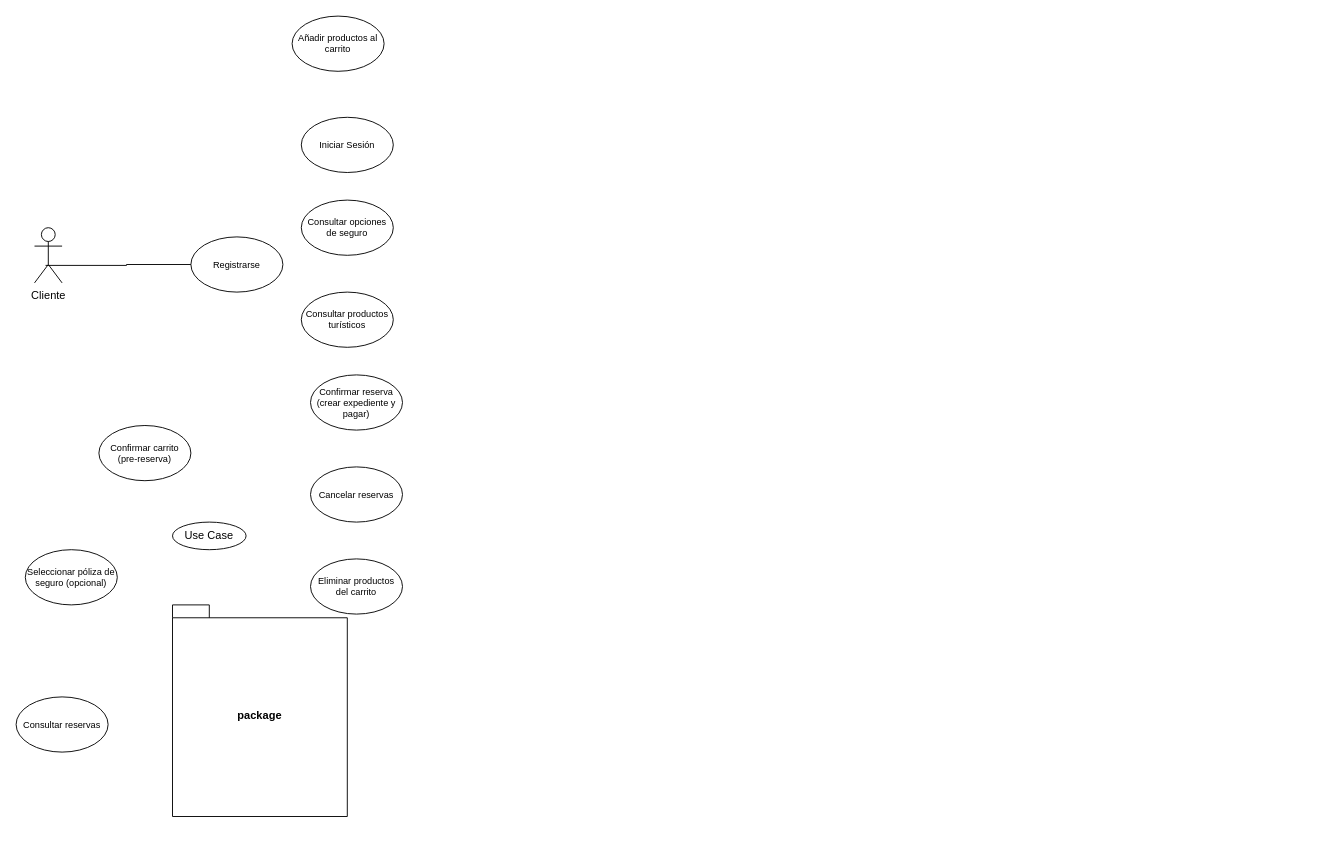
This is Diagrama sin título.drawio from JavierIbarra25/Diseno-Orientado-a-Objetos, a draw.io file, before an edit. Source tidied: cells renumbered, new cells numbered last; positions are measured from the earlier drawing's top-left corner, leaving out a move shared by most shapes. Both pictures are drawn from the tidied source at 92%, with x=0, y=0 at pixel (16, 16).
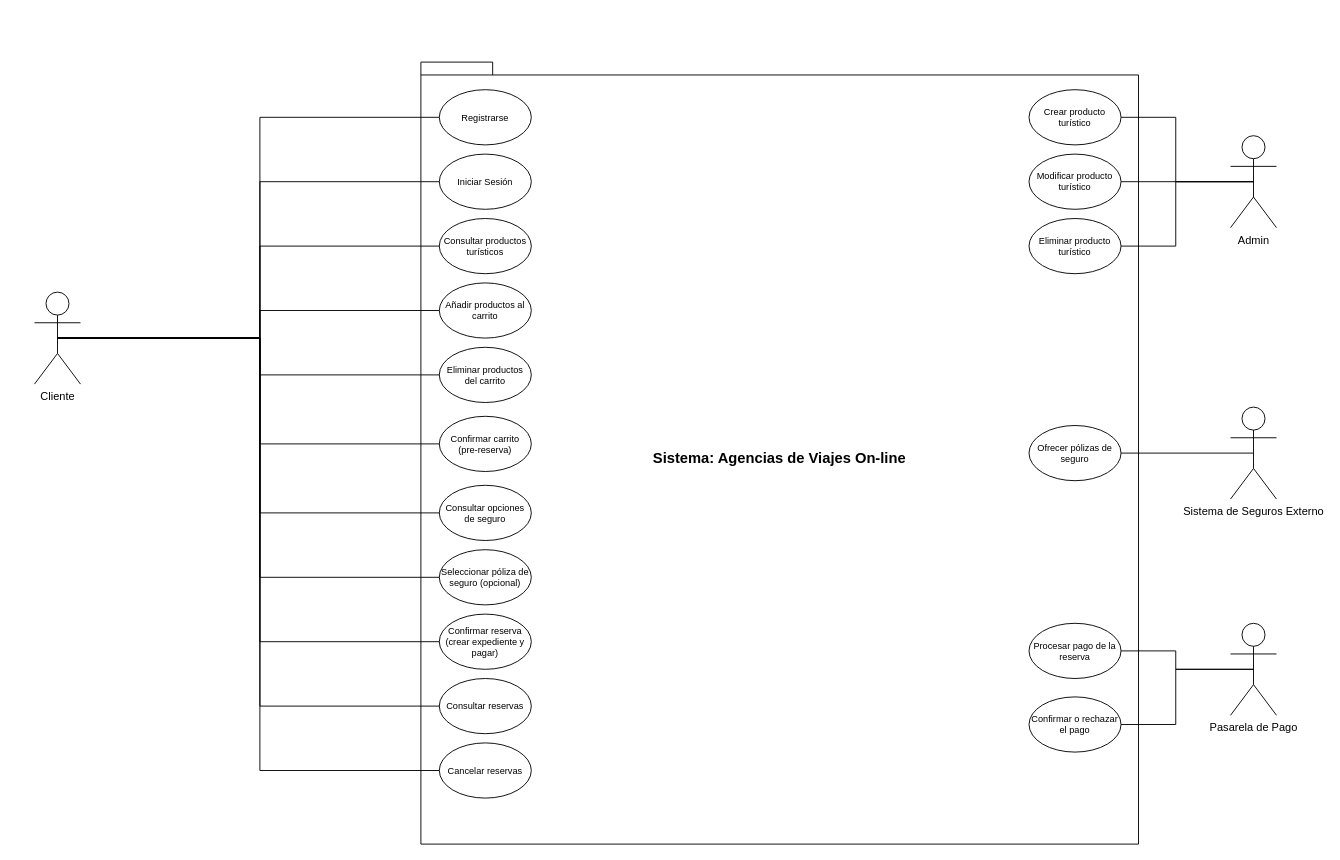
The same diagram, later.

Change to the diagram source:
```diff
@@
+    <mxCell id="15" value="&lt;font style=&quot;font-size: 16px;&quot;&gt;Sistema: Agencias de Viajes On-line&lt;/font&gt;" style="shape=folder;fontStyle=1;spacingTop=10;tabWidth=40;tabHeight=14;tabPosition=left;html=1;whiteSpace=wrap;" parent="1" vertex="1">
+      <mxGeometry x="440" y="50" width="780" height="850" as="geometry" />
+    </mxCell>
     <mxCell id="2" value="Cliente" style="shape=umlActor;verticalLabelPosition=bottom;verticalAlign=top;html=1;" parent="1" vertex="1">
-      <mxGeometry x="20" y="230" width="30" height="60" as="geometry" />
+      <mxGeometry x="20" y="300" width="50" height="100" as="geometry" />
     </mxCell>
+    <mxCell id="4" style="endArrow=none;html=1;edgeStyle=orthogonalEdgeStyle;rounded=0;exitX=0.5;exitY=0.5;exitDx=0;exitDy=0;exitPerimeter=0;entryX=0;entryY=0.5;entryDx=0;entryDy=0;" parent="1" edge="1" source="2" target="3">
+      <mxGeometry relative="1" as="geometry" />
+    </mxCell>
+    <mxCell id="17" style="group;" parent="1" vertex="1">
+      <mxGeometry x="460" y="80" width="100" height="770" as="geometry" />
+    </mxCell>
-    <mxCell id="3" value="Registrarse" style="ellipse;whiteSpace=wrap;html=1;fontSize=10;" parent="1" vertex="1">
-      <mxGeometry x="190" y="240" width="100" height="60" as="geometry" />
+    <mxCell id="3" value="Registrarse" style="ellipse;whiteSpace=wrap;html=1;fontSize=10;" parent="17" vertex="1">
+      <mxGeometry width="100" height="60" as="geometry" />
     </mxCell>
-    <mxCell id="4" style="endArrow=none;html=1;edgeStyle=orthogonalEdgeStyle;rounded=0;exitX=0.4;exitY=0.683;exitDx=0;exitDy=0;exitPerimeter=0;entryX=0;entryY=0.5;entryDx=0;entryDy=0;" parent="1" edge="1" source="2" target="3">
-      <mxGeometry relative="1" as="geometry" />
-    </mxCell>
-    <mxCell id="5" value="Confirmar reserva (crear expediente y pagar)" style="ellipse;whiteSpace=wrap;html=1;fontSize=10;" parent="1" vertex="1">
-      <mxGeometry x="320" y="390" width="100" height="60" as="geometry" />
+    <mxCell id="5" value="Confirmar reserva (crear expediente y pagar)" style="ellipse;whiteSpace=wrap;html=1;fontSize=10;" parent="17" vertex="1">
+      <mxGeometry y="570" width="100" height="60" as="geometry" />
     </mxCell>
-    <mxCell id="6" value="Seleccionar póliza de seguro (opcional)" style="ellipse;whiteSpace=wrap;html=1;fontSize=10;" parent="1" vertex="1">
-      <mxGeometry x="10" y="580" width="100" height="60" as="geometry" />
+    <mxCell id="6" value="Seleccionar póliza de seguro (opcional)" style="ellipse;whiteSpace=wrap;html=1;fontSize=10;" parent="17" vertex="1">
+      <mxGeometry y="500" width="100" height="60" as="geometry" />
     </mxCell>
-    <mxCell id="7" value="Consultar opciones de seguro" style="ellipse;whiteSpace=wrap;html=1;fontSize=10;" parent="1" vertex="1">
-      <mxGeometry x="310" y="200" width="100" height="60" as="geometry" />
+    <mxCell id="7" value="Consultar opciones de seguro" style="ellipse;whiteSpace=wrap;html=1;fontSize=10;" parent="17" vertex="1">
+      <mxGeometry y="430" width="100" height="60" as="geometry" />
     </mxCell>
-    <mxCell id="8" value="Confirmar carrito (pre-reserva)" style="ellipse;whiteSpace=wrap;html=1;fontSize=10;" parent="1" vertex="1">
-      <mxGeometry x="90" y="445" width="100" height="60" as="geometry" />
+    <mxCell id="8" value="Confirmar carrito (pre-reserva)" style="ellipse;whiteSpace=wrap;html=1;fontSize=10;" parent="17" vertex="1">
+      <mxGeometry y="355" width="100" height="60" as="geometry" />
     </mxCell>
-    <mxCell id="9" value="Eliminar productos del carrito" style="ellipse;whiteSpace=wrap;html=1;fontSize=10;" parent="1" vertex="1">
-      <mxGeometry x="320" y="590" width="100" height="60" as="geometry" />
+    <mxCell id="9" value="Eliminar productos del carrito" style="ellipse;whiteSpace=wrap;html=1;fontSize=10;" parent="17" vertex="1">
+      <mxGeometry y="280" width="100" height="60" as="geometry" />
     </mxCell>
-    <mxCell id="10" value="Añadir productos al carrito" style="ellipse;whiteSpace=wrap;html=1;fontSize=10;" parent="1" vertex="1">
-      <mxGeometry x="300" width="100" height="60" as="geometry" />
+    <mxCell id="10" value="Añadir productos al carrito" style="ellipse;whiteSpace=wrap;html=1;fontSize=10;" parent="17" vertex="1">
+      <mxGeometry y="210" width="100" height="60" as="geometry" />
     </mxCell>
-    <mxCell id="11" value="Consultar productos turísticos" style="ellipse;whiteSpace=wrap;html=1;fontSize=10;" parent="1" vertex="1">
-      <mxGeometry x="310" y="300" width="100" height="60" as="geometry" />
+    <mxCell id="11" value="Consultar productos turísticos" style="ellipse;whiteSpace=wrap;html=1;fontSize=10;" parent="17" vertex="1">
+      <mxGeometry y="140" width="100" height="60" as="geometry" />
     </mxCell>
-    <mxCell id="12" value="Iniciar Sesión" style="ellipse;whiteSpace=wrap;html=1;fontSize=10;" parent="1" vertex="1">
-      <mxGeometry x="310" y="110" width="100" height="60" as="geometry" />
+    <mxCell id="12" value="Iniciar Sesión" style="ellipse;whiteSpace=wrap;html=1;fontSize=10;" parent="17" vertex="1">
+      <mxGeometry y="70" width="100" height="60" as="geometry" />
     </mxCell>
-    <mxCell id="13" value="Consultar reservas" style="ellipse;whiteSpace=wrap;html=1;fontSize=10;" parent="1" vertex="1">
-      <mxGeometry y="740" width="100" height="60" as="geometry" />
+    <mxCell id="13" value="Consultar reservas" style="ellipse;whiteSpace=wrap;html=1;fontSize=10;" parent="17" vertex="1">
+      <mxGeometry y="640" width="100" height="60" as="geometry" />
     </mxCell>
-    <mxCell id="14" value="Cancelar reservas" style="ellipse;whiteSpace=wrap;html=1;fontSize=10;" parent="1" vertex="1">
-      <mxGeometry x="320" y="490" width="100" height="60" as="geometry" />
+    <mxCell id="14" value="Cancelar reservas" style="ellipse;whiteSpace=wrap;html=1;fontSize=10;" parent="17" vertex="1">
+      <mxGeometry y="710" width="100" height="60" as="geometry" />
     </mxCell>
-    <mxCell id="15" value="package" style="shape=folder;fontStyle=1;spacingTop=10;tabWidth=40;tabHeight=14;tabPosition=left;html=1;whiteSpace=wrap;" parent="1" vertex="1">
-      <mxGeometry x="170" y="640" width="190" height="230" as="geometry" />
-    </mxCell>
-    <mxCell id="16" value="Use Case" style="ellipse;whiteSpace=wrap;html=1;" parent="1" vertex="1">
-      <mxGeometry x="170" y="550" width="80" height="30" as="geometry" />
-    </mxCell>
+    <mxCell id="18" style="endArrow=none;html=1;edgeStyle=orthogonalEdgeStyle;rounded=0;exitX=0.5;exitY=0.5;exitDx=0;exitDy=0;exitPerimeter=0;entryX=0;entryY=0.5;entryDx=0;entryDy=0;" parent="1" edge="1" source="2" target="12">
+      <mxGeometry relative="1" as="geometry" />
+    </mxCell>
+    <mxCell id="19" style="endArrow=none;html=1;edgeStyle=orthogonalEdgeStyle;rounded=0;exitX=0.5;exitY=0.5;exitDx=0;exitDy=0;exitPerimeter=0;entryX=0;entryY=0.5;entryDx=0;entryDy=0;" parent="1" edge="1" source="2" target="13">
+      <mxGeometry relative="1" as="geometry" />
+    </mxCell>
+    <mxCell id="20" style="endArrow=none;html=1;edgeStyle=orthogonalEdgeStyle;rounded=0;exitX=0.5;exitY=0.5;exitDx=0;exitDy=0;exitPerimeter=0;entryX=0;entryY=0.5;entryDx=0;entryDy=0;" parent="1" edge="1" source="2" target="5">
+      <mxGeometry relative="1" as="geometry" />
+    </mxCell>
+    <mxCell id="21" style="endArrow=none;html=1;edgeStyle=orthogonalEdgeStyle;rounded=0;exitX=0.5;exitY=0.5;exitDx=0;exitDy=0;exitPerimeter=0;entryX=0;entryY=0.5;entryDx=0;entryDy=0;" parent="1" edge="1" source="2" target="6">
+      <mxGeometry relative="1" as="geometry" />
+    </mxCell>
+    <mxCell id="22" style="endArrow=none;html=1;edgeStyle=orthogonalEdgeStyle;rounded=0;exitX=0.5;exitY=0.5;exitDx=0;exitDy=0;exitPerimeter=0;entryX=0;entryY=0.5;entryDx=0;entryDy=0;" parent="1" edge="1" source="2" target="7">
+      <mxGeometry relative="1" as="geometry" />
+    </mxCell>
+    <mxCell id="23" style="endArrow=none;html=1;edgeStyle=orthogonalEdgeStyle;rounded=0;exitX=0.5;exitY=0.5;exitDx=0;exitDy=0;exitPerimeter=0;entryX=0;entryY=0.5;entryDx=0;entryDy=0;" parent="1" edge="1" source="2" target="8">
+      <mxGeometry relative="1" as="geometry" />
+    </mxCell>
+    <mxCell id="24" style="endArrow=none;html=1;edgeStyle=orthogonalEdgeStyle;rounded=0;exitX=0.5;exitY=0.5;exitDx=0;exitDy=0;exitPerimeter=0;entryX=0;entryY=0.5;entryDx=0;entryDy=0;" parent="1" edge="1" source="2" target="9">
+      <mxGeometry relative="1" as="geometry" />
+    </mxCell>
+    <mxCell id="25" style="endArrow=none;html=1;edgeStyle=orthogonalEdgeStyle;rounded=0;exitX=0.5;exitY=0.5;exitDx=0;exitDy=0;exitPerimeter=0;entryX=0;entryY=0.5;entryDx=0;entryDy=0;" parent="1" edge="1" source="2" target="10">
+      <mxGeometry relative="1" as="geometry" />
+    </mxCell>
+    <mxCell id="26" style="endArrow=none;html=1;edgeStyle=orthogonalEdgeStyle;rounded=0;exitX=0.5;exitY=0.5;exitDx=0;exitDy=0;exitPerimeter=0;entryX=0;entryY=0.5;entryDx=0;entryDy=0;" parent="1" edge="1" source="2" target="11">
+      <mxGeometry relative="1" as="geometry" />
+    </mxCell>
+    <mxCell id="27" style="endArrow=none;html=1;edgeStyle=orthogonalEdgeStyle;rounded=0;exitX=0.5;exitY=0.5;exitDx=0;exitDy=0;exitPerimeter=0;entryX=0;entryY=0.5;entryDx=0;entryDy=0;" parent="1" edge="1" source="2" target="14">
+      <mxGeometry relative="1" as="geometry" />
+    </mxCell>
+    <mxCell id="28" value="Admin" style="shape=umlActor;verticalLabelPosition=bottom;verticalAlign=top;html=1;" parent="1" vertex="1">
+      <mxGeometry x="1320" y="130" width="50" height="100" as="geometry" />
+    </mxCell>
+    <mxCell id="29" style="endArrow=none;html=1;edgeStyle=orthogonalEdgeStyle;rounded=0;exitX=0.5;exitY=0.5;exitDx=0;exitDy=0;exitPerimeter=0;entryX=1;entryY=0.5;entryDx=0;entryDy=0;" parent="1" edge="1" source="28" target="34">
+      <mxGeometry relative="1" as="geometry" />
+    </mxCell>
+    <mxCell id="30" style="endArrow=none;html=1;edgeStyle=orthogonalEdgeStyle;rounded=0;exitX=0.5;exitY=0.5;exitDx=0;exitDy=0;exitPerimeter=0;" parent="1" edge="1" source="28" target="35">
+      <mxGeometry relative="1" as="geometry" />
+    </mxCell>
+    <mxCell id="31" style="endArrow=none;html=1;edgeStyle=orthogonalEdgeStyle;rounded=0;exitX=0.5;exitY=0.5;exitDx=0;exitDy=0;exitPerimeter=0;" parent="1" edge="1" source="28" target="33">
+      <mxGeometry relative="1" as="geometry" />
+    </mxCell>
+    <mxCell id="32" style="group;" parent="1" vertex="1">
+      <mxGeometry x="1101" y="80" width="100" height="200" as="geometry" />
+    </mxCell>
+    <mxCell id="33" value=" Crear producto turístico" style="ellipse;whiteSpace=wrap;html=1;fontSize=10;" parent="32" vertex="1">
+      <mxGeometry width="100" height="60" as="geometry" />
+    </mxCell>
+    <mxCell id="34" value="Eliminar producto turístico" style="ellipse;whiteSpace=wrap;html=1;fontSize=10;" parent="32" vertex="1">
+      <mxGeometry y="140" width="100" height="60" as="geometry" />
+    </mxCell>
+    <mxCell id="35" value="Modificar producto turístico" style="ellipse;whiteSpace=wrap;html=1;fontSize=10;" parent="32" vertex="1">
+      <mxGeometry y="70" width="100" height="60" as="geometry" />
+    </mxCell>
+    <mxCell id="36" style="edgeStyle=orthogonalEdgeStyle;rounded=0;jettySize=auto;html=1;exitX=0.5;exitY=0.5;exitDx=0;exitDy=0;exitPerimeter=0;entryX=1;entryY=0.5;entryDx=0;entryDy=0;endArrow=none;startFill=0;" parent="1" edge="1" source="37" target="41">
+      <mxGeometry relative="1" as="geometry" />
+    </mxCell>
+    <mxCell id="37" value="Pasarela de Pago" style="shape=umlActor;verticalLabelPosition=bottom;verticalAlign=top;html=1;" parent="1" vertex="1">
+      <mxGeometry x="1320" y="660" width="50" height="100" as="geometry" />
+    </mxCell>
+    <mxCell id="38" style="edgeStyle=orthogonalEdgeStyle;rounded=0;jettySize=auto;html=1;exitX=0.5;exitY=0.5;exitDx=0;exitDy=0;exitPerimeter=0;entryX=1;entryY=0.5;entryDx=0;entryDy=0;endArrow=none;startFill=0;" parent="1" edge="1" source="39" target="40">
+      <mxGeometry relative="1" as="geometry" />
+    </mxCell>
+    <mxCell id="39" value="Sistema de Seguros Externo" style="shape=umlActor;verticalLabelPosition=bottom;verticalAlign=top;html=1;" parent="1" vertex="1">
+      <mxGeometry x="1320" y="425" width="50" height="100" as="geometry" />
+    </mxCell>
+    <mxCell id="40" value="Ofrecer pólizas de seguro" style="ellipse;whiteSpace=wrap;html=1;fontSize=10;" parent="1" vertex="1">
+      <mxGeometry x="1101" y="445" width="100" height="60" as="geometry" />
+    </mxCell>
+    <mxCell id="41" value="Confirmar o rechazar el pago" style="ellipse;whiteSpace=wrap;html=1;fontSize=10;" parent="1" vertex="1">
+      <mxGeometry x="1101" y="740" width="100" height="60" as="geometry" />
+    </mxCell>
+    <mxCell id="42" value="Procesar pago de la reserva" style="ellipse;whiteSpace=wrap;html=1;fontSize=10;" parent="1" vertex="1">
+      <mxGeometry x="1101" y="660" width="100" height="60" as="geometry" />
+    </mxCell>
+    <mxCell id="43" style="edgeStyle=orthogonalEdgeStyle;rounded=0;jettySize=auto;html=1;exitX=0.5;exitY=0.5;exitDx=0;exitDy=0;exitPerimeter=0;entryX=1;entryY=0.5;entryDx=0;entryDy=0;endArrow=none;startFill=0;" parent="1" edge="1" source="37" target="42">
+      <mxGeometry relative="1" as="geometry" />
+    </mxCell>
```
